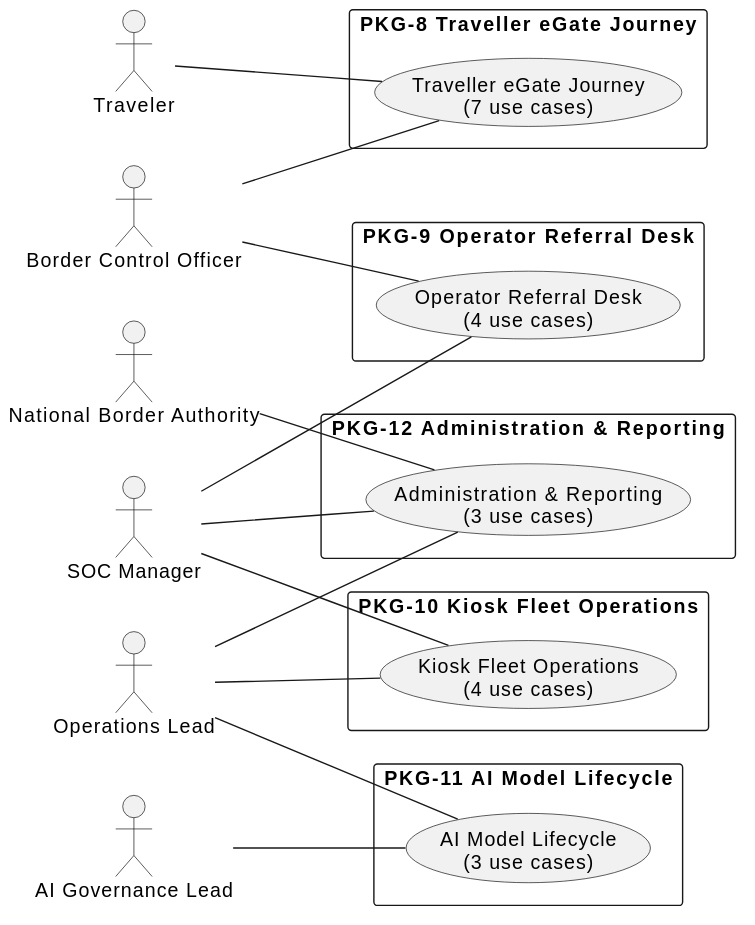
Above: 02_CASES/Case_02_SecureBorder_Solutions/03_PHASE3_DECOMPOSITION/annexes/svg/A_s1_system_wide.svg in pauloribeiro16/Methodology_compact (PlantUML), before the change. Source of this version:
```plantuml
@startuml
left to right direction
actor "Traveler" as TRV
actor "Border Control Officer" as BCO
actor "Operations Lead" as OPS
actor "AI Governance Lead" as AIG
actor "SOC Manager" as SOC
actor "National Border Authority" as NBA
rectangle "PKG-8 Traveller eGate Journey" {
usecase "Traveller eGate Journey\n(7 use cases)" as UC8
}
rectangle "PKG-9 Operator Referral Desk" {
usecase "Operator Referral Desk\n(4 use cases)" as UC9
}
rectangle "PKG-10 Kiosk Fleet Operations" {
usecase "Kiosk Fleet Operations\n(4 use cases)" as UC10
}
rectangle "PKG-11 AI Model Lifecycle" {
usecase "AI Model Lifecycle\n(3 use cases)" as UC11
}
rectangle "PKG-12 Administration & Reporting" {
usecase "Administration & Reporting\n(3 use cases)" as UC12
}
TRV -- UC8
BCO -- UC8
BCO -- UC9
OPS -- UC10
OPS -- UC11
OPS -- UC12
AIG -- UC11
SOC -- UC9
SOC -- UC10
SOC -- UC12
NBA -- UC12
@enduml
```
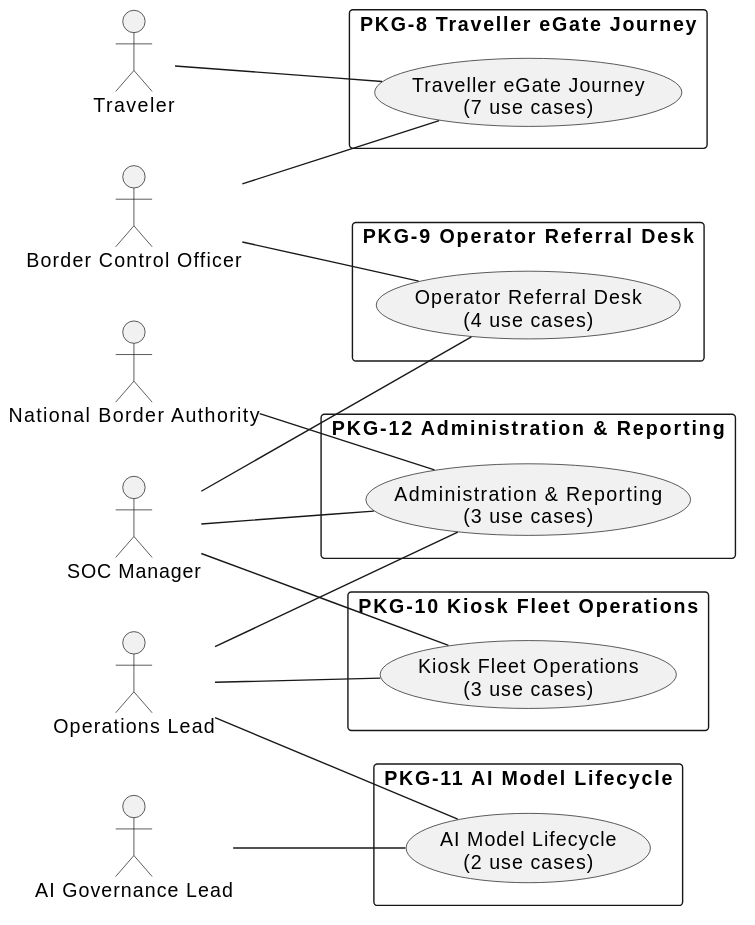
After the commit.

What changed in the source:
```diff
@@ -13,10 +13,10 @@
 usecase "Operator Referral Desk\n(4 use cases)" as UC9
 }
 rectangle "PKG-10 Kiosk Fleet Operations" {
-usecase "Kiosk Fleet Operations\n(4 use cases)" as UC10
+usecase "Kiosk Fleet Operations\n(3 use cases)" as UC10
 }
 rectangle "PKG-11 AI Model Lifecycle" {
-usecase "AI Model Lifecycle\n(3 use cases)" as UC11
+usecase "AI Model Lifecycle\n(2 use cases)" as UC11
 }
 rectangle "PKG-12 Administration & Reporting" {
 usecase "Administration & Reporting\n(3 use cases)" as UC12
```
